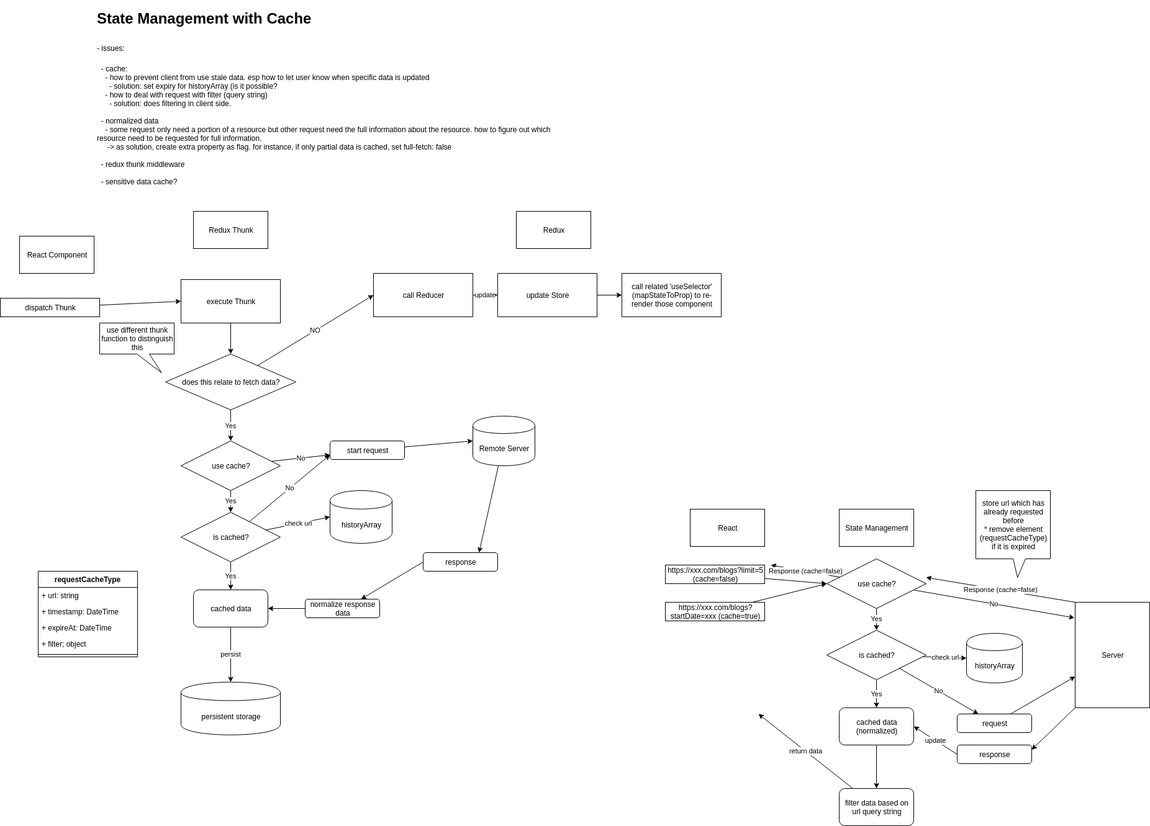
This is State_Management_With_Cache_Overview.PNG from stsiwo/react_redux_concept, a draw.io export, as it was before one commit. Source tidied: cells renumbered, new cells last; positions are measured from the earlier drawing's top-left corner, leaving out a move shared by most shapes.
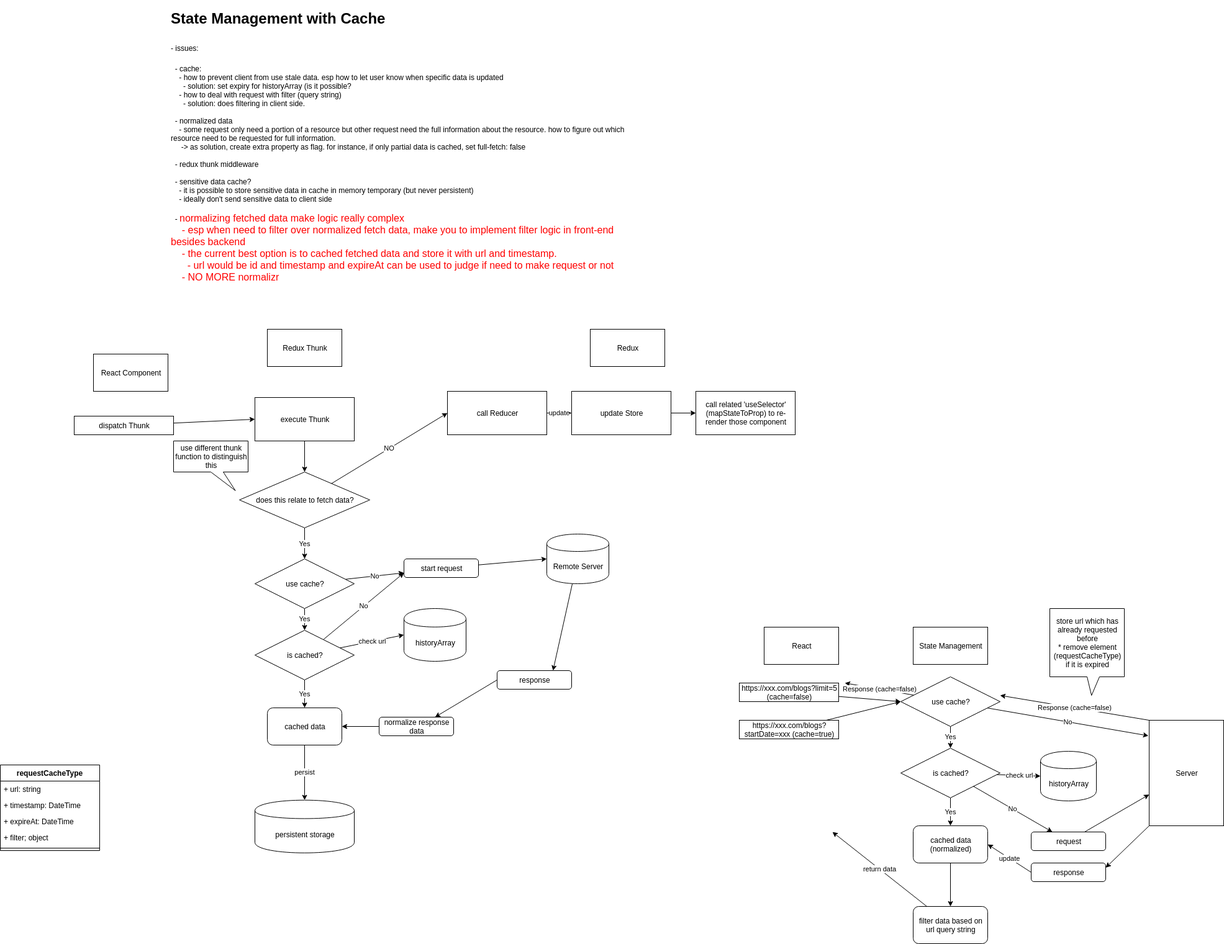
The same file after the commit.

Diff of the diagram source:
```diff
@@ -2,8 +2,8 @@
   <root>
     <mxCell id="0" />
     <mxCell id="1" parent="0" />
-    <mxCell id="2" value="&lt;h1&gt;State Management with Cache&lt;/h1&gt;&lt;h1&gt;&lt;span style=&quot;font-size: 12px ; font-weight: 400&quot;&gt;- issues:&lt;/span&gt;&lt;/h1&gt;&lt;div&gt;&lt;span style=&quot;font-size: 12px ; font-weight: 400&quot;&gt;&amp;nbsp; - cache:&lt;/span&gt;&lt;/div&gt;&lt;div&gt;&lt;span style=&quot;font-size: 12px ; font-weight: 400&quot;&gt;&amp;nbsp; &amp;nbsp; - how to prevent client from use stale data. esp how to let user know when specific data is updated&amp;nbsp;&lt;/span&gt;&lt;/div&gt;&lt;div&gt;&lt;span style=&quot;font-size: 12px ; font-weight: 400&quot;&gt;&amp;nbsp; &amp;nbsp; &amp;nbsp; - solution: set expiry for historyArray (is it possible?&lt;/span&gt;&lt;/div&gt;&lt;div&gt;&lt;span style=&quot;font-size: 12px ; font-weight: 400&quot;&gt;&amp;nbsp; &amp;nbsp; - how to deal with request with filter (query string)&lt;/span&gt;&lt;/div&gt;&lt;div&gt;&lt;span style=&quot;font-size: 12px ; font-weight: 400&quot;&gt;&amp;nbsp; &amp;nbsp; &amp;nbsp; - solution: does filtering in client side.&amp;nbsp;&lt;/span&gt;&lt;/div&gt;&lt;div&gt;&lt;span style=&quot;font-size: 12px ; font-weight: 400&quot;&gt;&lt;br&gt;&lt;/span&gt;&lt;/div&gt;&lt;div&gt;&lt;span style=&quot;font-size: 12px ; font-weight: 400&quot;&gt;&amp;nbsp; - normalized data&lt;/span&gt;&lt;/div&gt;&lt;div&gt;&lt;span style=&quot;font-size: 12px ; font-weight: 400&quot;&gt;&amp;nbsp; &amp;nbsp; - some request only need a portion of a resource but other request need the full information about the resource. how to figure out which resource need to be requested for full information.&lt;/span&gt;&lt;/div&gt;&lt;div&gt;&lt;span style=&quot;font-size: 12px ; font-weight: 400&quot;&gt;&amp;nbsp; &amp;nbsp; &amp;nbsp;-&amp;gt; as solution, create extra property as flag. for instance, if only partial data is cached, set full-fetch: false&lt;/span&gt;&lt;/div&gt;&lt;div&gt;&lt;span style=&quot;font-size: 12px ; font-weight: 400&quot;&gt;&lt;br&gt;&lt;/span&gt;&lt;/div&gt;&lt;div&gt;&amp;nbsp; - redux thunk middleware&amp;nbsp;&lt;/div&gt;&lt;div&gt;&lt;br&gt;&lt;/div&gt;&lt;div&gt;&amp;nbsp; - sensitive data cache?&lt;/div&gt;&lt;div&gt;&amp;nbsp; &amp;nbsp; - it is possible to store sensitive data in cache in memory temporary (but never persistent)&lt;/div&gt;&lt;div&gt;&amp;nbsp; &amp;nbsp; - ideally don't send sensitive data to client side&amp;nbsp;&lt;/div&gt;" style="text;html=1;strokeColor=none;fillColor=none;spacing=5;spacingTop=-20;whiteSpace=wrap;overflow=hidden;rounded=0;" parent="1" vertex="1">
-      <mxGeometry x="151" width="740" height="290" as="geometry" />
+    <mxCell id="2" value="&lt;h1&gt;State Management with Cache&lt;/h1&gt;&lt;h1&gt;&lt;span style=&quot;font-size: 12px ; font-weight: 400&quot;&gt;- issues:&lt;/span&gt;&lt;/h1&gt;&lt;div&gt;&lt;span style=&quot;font-size: 12px ; font-weight: 400&quot;&gt;&amp;nbsp; - cache:&lt;/span&gt;&lt;/div&gt;&lt;div&gt;&lt;span style=&quot;font-size: 12px ; font-weight: 400&quot;&gt;&amp;nbsp; &amp;nbsp; - how to prevent client from use stale data. esp how to let user know when specific data is updated&amp;nbsp;&lt;/span&gt;&lt;/div&gt;&lt;div&gt;&lt;span style=&quot;font-size: 12px ; font-weight: 400&quot;&gt;&amp;nbsp; &amp;nbsp; &amp;nbsp; - solution: set expiry for historyArray (is it possible?&lt;/span&gt;&lt;/div&gt;&lt;div&gt;&lt;span style=&quot;font-size: 12px ; font-weight: 400&quot;&gt;&amp;nbsp; &amp;nbsp; - how to deal with request with filter (query string)&lt;/span&gt;&lt;/div&gt;&lt;div&gt;&lt;span style=&quot;font-size: 12px ; font-weight: 400&quot;&gt;&amp;nbsp; &amp;nbsp; &amp;nbsp; - solution: does filtering in client side.&amp;nbsp;&lt;/span&gt;&lt;/div&gt;&lt;div&gt;&lt;span style=&quot;font-size: 12px ; font-weight: 400&quot;&gt;&lt;br&gt;&lt;/span&gt;&lt;/div&gt;&lt;div&gt;&lt;span style=&quot;font-size: 12px ; font-weight: 400&quot;&gt;&amp;nbsp; - normalized data&lt;/span&gt;&lt;/div&gt;&lt;div&gt;&lt;span style=&quot;font-size: 12px ; font-weight: 400&quot;&gt;&amp;nbsp; &amp;nbsp; - some request only need a portion of a resource but other request need the full information about the resource. how to figure out which resource need to be requested for full information.&lt;/span&gt;&lt;/div&gt;&lt;div&gt;&lt;span style=&quot;font-size: 12px ; font-weight: 400&quot;&gt;&amp;nbsp; &amp;nbsp; &amp;nbsp;-&amp;gt; as solution, create extra property as flag. for instance, if only partial data is cached, set full-fetch: false&lt;/span&gt;&lt;/div&gt;&lt;div&gt;&lt;span style=&quot;font-size: 12px ; font-weight: 400&quot;&gt;&lt;br&gt;&lt;/span&gt;&lt;/div&gt;&lt;div&gt;&amp;nbsp; - redux thunk middleware&amp;nbsp;&lt;/div&gt;&lt;div&gt;&lt;br&gt;&lt;/div&gt;&lt;div&gt;&amp;nbsp; - sensitive data cache?&lt;/div&gt;&lt;div&gt;&amp;nbsp; &amp;nbsp; - it is possible to store sensitive data in cache in memory temporary (but never persistent)&lt;/div&gt;&lt;div&gt;&amp;nbsp; &amp;nbsp; - ideally don't send sensitive data to client side&amp;nbsp;&lt;/div&gt;&lt;div&gt;&lt;br&gt;&lt;/div&gt;&lt;div&gt;&amp;nbsp; - &lt;font style=&quot;font-size: 16px&quot; color=&quot;#ff0000&quot;&gt;normalizing fetched data make logic really complex&lt;/font&gt;&lt;/div&gt;&lt;div&gt;&lt;font style=&quot;font-size: 16px&quot; color=&quot;#ff0000&quot;&gt;&amp;nbsp; &amp;nbsp; - esp when need to filter over normalized fetch data, make you to implement filter logic in front-end besides backend&lt;/font&gt;&lt;/div&gt;&lt;div&gt;&lt;font style=&quot;font-size: 16px&quot; color=&quot;#ff0000&quot;&gt;&amp;nbsp; &amp;nbsp; - the current best option is to cached fetched data and store it with url and timestamp.&lt;/font&gt;&lt;/div&gt;&lt;div&gt;&lt;font style=&quot;font-size: 16px&quot; color=&quot;#ff0000&quot;&gt;&amp;nbsp; &amp;nbsp; &amp;nbsp; - url would be id and timestamp and expireAt can be used to judge if need to make request or not&lt;/font&gt;&lt;/div&gt;&lt;div&gt;&lt;font style=&quot;font-size: 16px&quot; color=&quot;#ff0000&quot;&gt;&amp;nbsp; &amp;nbsp; - NO MORE normalizr&lt;/font&gt;&lt;/div&gt;&lt;div&gt;&amp;nbsp;&amp;nbsp;&lt;/div&gt;" style="text;html=1;strokeColor=none;fillColor=none;spacing=5;spacingTop=-20;whiteSpace=wrap;overflow=hidden;rounded=0;" parent="1" vertex="1">
+      <mxGeometry x="151" y="-190" width="740" height="480" as="geometry" />
     </mxCell>
     <mxCell id="3" value="React" style="rounded=0;whiteSpace=wrap;html=1;" parent="1" vertex="1">
       <mxGeometry x="1111" y="810" width="120" height="60" as="geometry" />
@@ -35,7 +35,7 @@
       <mxGeometry x="1571" y="780" width="120" height="140" as="geometry" />
     </mxCell>
     <mxCell id="12" value="requestCacheType" style="swimlane;fontStyle=1;align=center;verticalAlign=top;horizontal=1;startSize=26;" parent="1" vertex="1">
-      <mxGeometry x="61" y="910" width="160" height="138" as="geometry" />
+      <mxGeometry x="-119" y="1032" width="160" height="138" as="geometry" />
     </mxCell>
     <mxCell id="13" value="+ url: string" style="text;strokeColor=none;fillColor=none;align=left;verticalAlign=top;spacingLeft=4;spacingRight=4;overflow=hidden;" parent="12" vertex="1">
       <mxGeometry y="26" width="160" height="26" as="geometry" />
```
